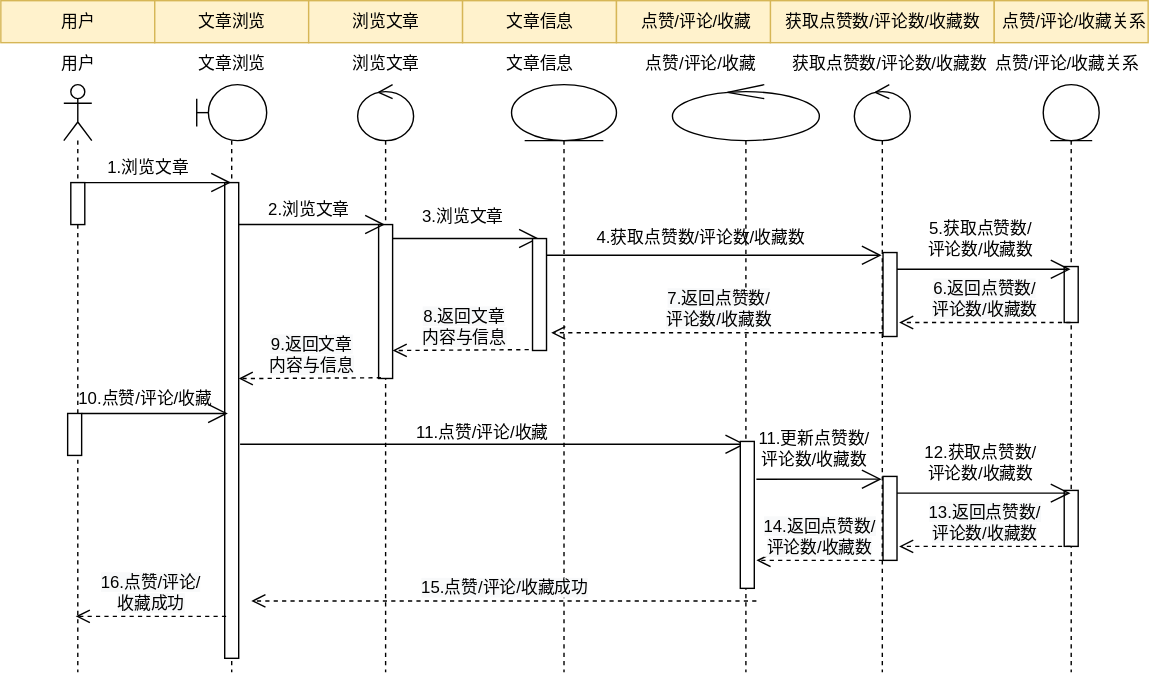
Before: 文章浏览序列图.drawio.svg, a diagram exported from draw.io (WuShangMo/SquidGame1). Source tidied: cells renumbered, new cells last; positions are measured from the earlier drawing's top-left corner, leaving out a move shared by most shapes.
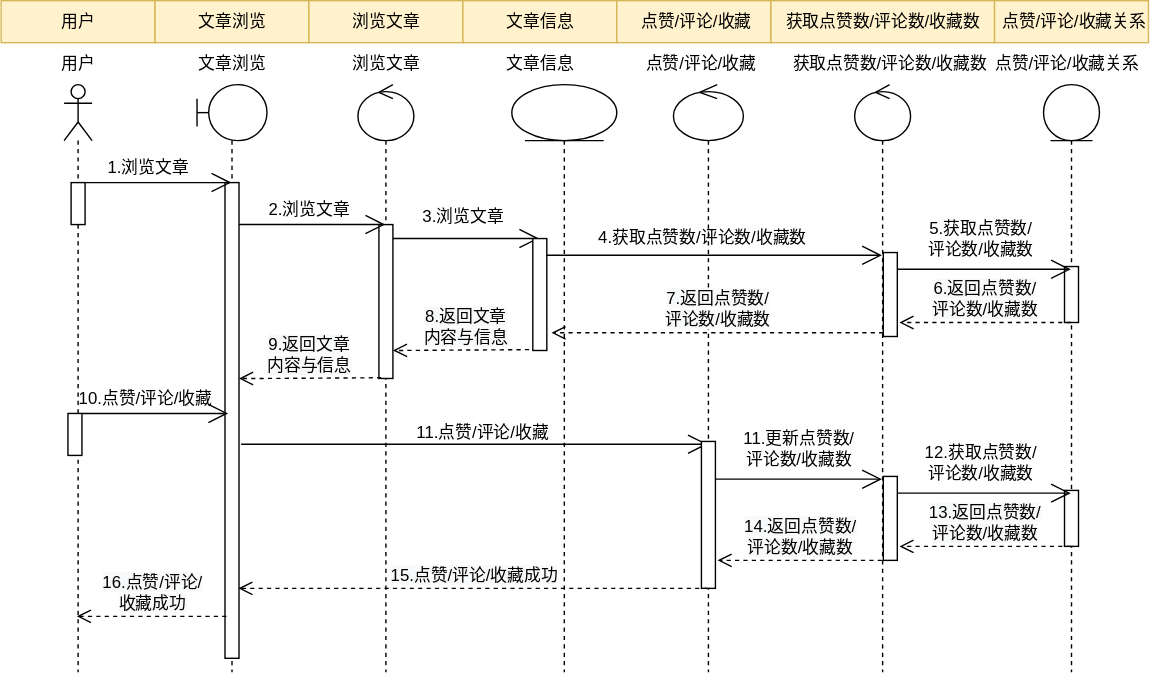
The same diagram one commit later.

Commit message:
更新文章浏览序列图.drawio.svg

What changed in the source:
```diff
@@ -47,7 +47,7 @@
       <mxGeometry x="-81" y="234" width="120" height="30" as="geometry" />
     </mxCell>
     <mxCell id="16" style="shape=umlLifeline;participant=umlControl;perimeter=lifelinePerimeter;whiteSpace=wrap;html=1;verticalAlign=top;spacingTop=36;outlineConnect=0;" parent="1" vertex="1">
-      <mxGeometry x="480" y="60" width="105" height="420" as="geometry" />
+      <mxGeometry x="480.5" y="60" width="50" height="420" as="geometry" />
     </mxCell>
     <mxCell id="17" value="4.获取点赞数/评论数/收藏数" style="text;html=1;align=center;verticalAlign=middle;strokeColor=none;fillColor=none;" parent="16" vertex="1">
       <mxGeometry x="-65" y="95" width="170" height="30" as="geometry" />
@@ -58,7 +58,7 @@
       </mxGeometry>
     </mxCell>
     <mxCell id="19" style="html=1;points=[];perimeter=orthogonalPerimeter;" parent="16" vertex="1">
-      <mxGeometry x="48.5" y="255" width="10" height="105" as="geometry" />
+      <mxGeometry x="20" y="255" width="10" height="105" as="geometry" />
     </mxCell>
     <mxCell id="20" style="shape=umlLifeline;participant=umlEntity;perimeter=lifelinePerimeter;whiteSpace=wrap;html=1;verticalAlign=top;spacingTop=36;outlineConnect=0;" parent="1" vertex="1">
       <mxGeometry x="745" y="60" width="40" height="420" as="geometry" />
@@ -69,9 +69,8 @@
     <mxCell id="22" style="html=1;perimeter=orthogonalPerimeter;" parent="20" vertex="1">
       <mxGeometry x="15" y="290" width="10" height="40" as="geometry" />
     </mxCell>
-    <mxCell id="23" style="endArrow=open;endFill=1;endSize=12;html=1;rounded=0;" parent="20" edge="1">
+    <mxCell id="23" style="endArrow=open;endFill=1;endSize=12;html=1;rounded=0;" parent="20" edge="1" source="19">
       <mxGeometry relative="1" as="geometry">
-        <mxPoint x="-205" y="282" as="sourcePoint" />
         <mxPoint x="-115.5" y="282" as="targetPoint" />
       </mxGeometry>
     </mxCell>
@@ -93,9 +92,9 @@
         <mxPoint x="-103" y="330" as="targetPoint" />
       </mxGeometry>
     </mxCell>
-    <mxCell id="28" value="&lt;span style=&quot;font-size: 12px; background-color: rgb(248, 249, 250);&quot;&gt;14.返回点赞数/&lt;/span&gt;&lt;br style=&quot;font-size: 12px; background-color: rgb(248, 249, 250);&quot;&gt;&lt;span style=&quot;font-size: 12px; background-color: rgb(248, 249, 250);&quot;&gt;评论数/收藏数&lt;/span&gt;" style="html=1;verticalAlign=bottom;endArrow=open;dashed=1;endSize=8;rounded=0;" parent="20" edge="1" source="24">
+    <mxCell id="28" value="&lt;span style=&quot;font-size: 12px; background-color: rgb(248, 249, 250);&quot;&gt;14.返回点赞数/&lt;/span&gt;&lt;br style=&quot;font-size: 12px; background-color: rgb(248, 249, 250);&quot;&gt;&lt;span style=&quot;font-size: 12px; background-color: rgb(248, 249, 250);&quot;&gt;评论数/收藏数&lt;/span&gt;" style="html=1;verticalAlign=bottom;endArrow=open;dashed=1;endSize=8;rounded=0;" parent="20" edge="1" source="29">
       <mxGeometry relative="1" as="geometry">
-        <mxPoint x="-205" y="340" as="targetPoint" />
+        <mxPoint x="-233" y="340" as="targetPoint" />
       </mxGeometry>
     </mxCell>
     <mxCell id="29" style="shape=umlLifeline;participant=umlControl;perimeter=lifelinePerimeter;whiteSpace=wrap;html=1;verticalAlign=top;spacingTop=36;outlineConnect=0;" parent="1" vertex="1">
@@ -199,12 +198,11 @@
       <mxGeometry x="42.8" y="270" width="120" height="30" as="geometry" />
     </mxCell>
     <mxCell id="56" value="11.更新点赞数/&lt;br&gt;评论数/收藏数" style="text;html=1;align=center;verticalAlign=middle;strokeColor=none;fillColor=none;" parent="1" vertex="1">
-      <mxGeometry x="530.5" y="300" width="100" height="40" as="geometry" />
+      <mxGeometry x="520" y="300" width="100" height="40" as="geometry" />
     </mxCell>
-    <mxCell id="57" value="&lt;span style=&quot;font-size: 12px; background-color: rgb(248, 249, 250);&quot;&gt;15.点赞/评论/收藏成功&lt;/span&gt;" style="html=1;verticalAlign=bottom;endArrow=open;dashed=1;endSize=8;rounded=0;" parent="1" edge="1">
+    <mxCell id="57" value="&lt;span style=&quot;font-size: 12px; background-color: rgb(248, 249, 250);&quot;&gt;15.点赞/评论/收藏成功&lt;/span&gt;" style="html=1;verticalAlign=bottom;endArrow=open;dashed=1;endSize=8;rounded=0;" parent="1" edge="1" source="16">
       <mxGeometry relative="1" as="geometry">
-        <mxPoint x="540" y="429" as="sourcePoint" />
-        <mxPoint x="179" y="429" as="targetPoint" />
+        <mxPoint x="169.5" y="420" as="targetPoint" />
       </mxGeometry>
     </mxCell>
     <mxCell id="58" value="&lt;span style=&quot;font-size: 12px; background-color: rgb(248, 249, 250);&quot;&gt;16.点赞/评论/&lt;br&gt;收藏成功&lt;/span&gt;" style="html=1;verticalAlign=bottom;endArrow=open;dashed=1;endSize=8;rounded=0;" parent="1" edge="1" target="36">
```
